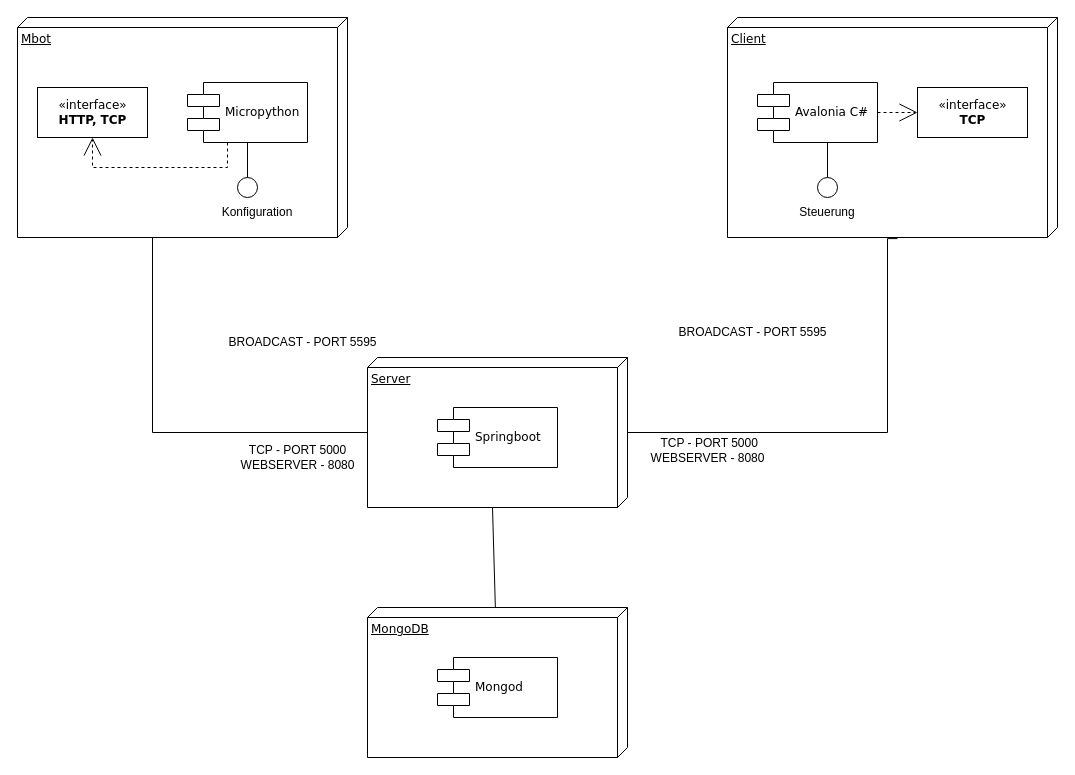
This is Documents/Diagramme/kompnentendiagramm.drawio from huthuthiddeli/SYP_PROJEKT_23-24_Maier, a draw.io file, before an edit. Source tidied: cells renumbered, new cells numbered last; positions are measured from the earlier drawing's top-left corner, leaving out a move shared by most shapes. Both pictures are drawn from the tidied source at 100%, with x=0, y=0 at pixel (17, 17).
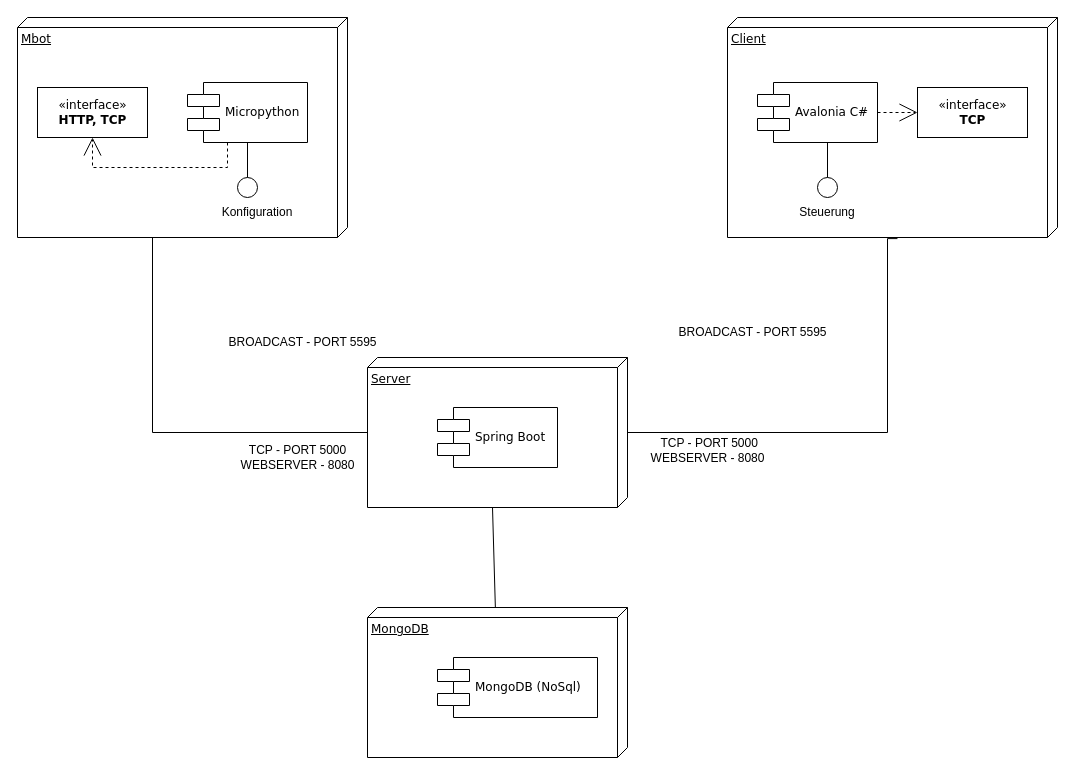
After the change.

Change to the diagram source:
```diff
@@
-    <mxCell id="11" value="Springboot" style="shape=component;align=left;spacingLeft=36;rounded=0;shadow=0;comic=0;labelBackgroundColor=none;strokeWidth=1;fontFamily=Verdana;fontSize=12;html=1;" parent="1" vertex="1">
+    <mxCell id="11" value="Spring Boot" style="shape=component;align=left;spacingLeft=36;rounded=0;shadow=0;comic=0;labelBackgroundColor=none;strokeWidth=1;fontFamily=Verdana;fontSize=12;html=1;" parent="1" vertex="1">
       <mxGeometry x="420" y="390" width="120" height="60" as="geometry" />
     </mxCell>
@@
-    <mxCell id="25" value="Mongod" style="shape=component;align=left;spacingLeft=36;rounded=0;shadow=0;comic=0;labelBackgroundColor=none;strokeWidth=1;fontFamily=Verdana;fontSize=12;html=1;" parent="1" vertex="1">
-      <mxGeometry x="420" y="640" width="120" height="60" as="geometry" />
+    <mxCell id="25" value="MongoDB (NoSql)" style="shape=component;align=left;spacingLeft=36;rounded=0;shadow=0;comic=0;labelBackgroundColor=none;strokeWidth=1;fontFamily=Verdana;fontSize=12;html=1;" parent="1" vertex="1">
+      <mxGeometry x="420" y="640" width="160" height="60" as="geometry" />
     </mxCell>
```
